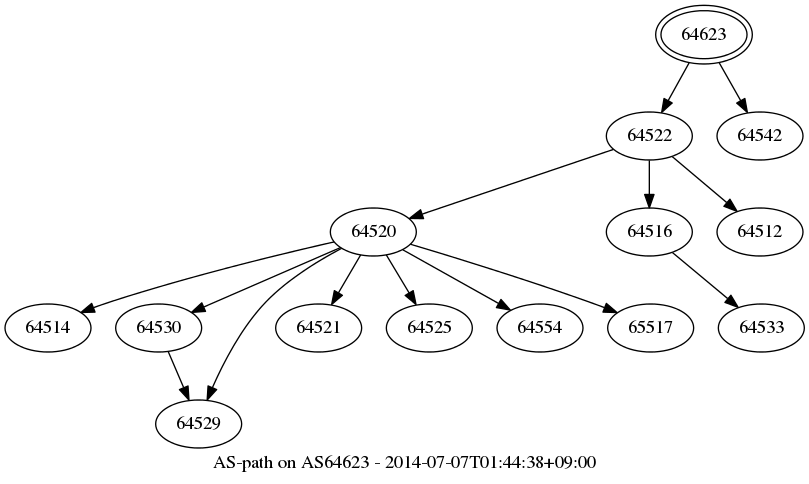
Earlier version of the Graphviz export aspath/as64623.png (Flast/flast.github.io). Its source is kept beside it as aspath/as64623.gv.
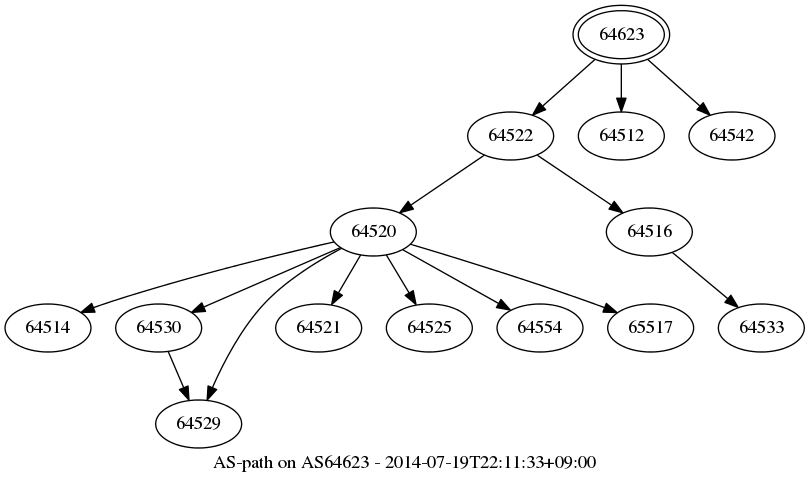
Above is the later version.

Change to the diagram source:
```diff
@@ -1,7 +1,7 @@
 digraph aspath {
 	graph [bb="0,0,599,355",
 		center="",
-		label="AS-path on AS64623 - 2014-07-07T01:44:38+09:00",
+		label="AS-path on AS64623 - 2014-07-19T22:11:33+09:00",
 		lheight=0.21,
 		lp="299.5,11.5",
 		lwidth=4.00
@@ -10,33 +10,33 @@
 	64623	 [height=0.61111,
 		label=64623,
 		peripheries=2,
-		pos="524,333",
+		pos="462,333",
 		width=1.0069];
 	64522	 [height=0.5,
 		label=64522,
-		pos="483,257",
+		pos="379,257",
 		width=0.89579];
-	64623 -> 64522	 [pos="e,492.25,274.7 512.8,311.78 507.96,303.05 502.25,292.74 497.12,283.49"];
+	64623 -> 64522	 [pos="e,395.46,272.67 442.33,314.46 430.61,304.02 415.65,290.67 403.21,279.58"];
+	64512	 [height=0.5,
+		label=64512,
+		pos="462,257",
+		width=0.89579];
+	64623 -> 64512	 [pos="e,462,275.31 462,310.99 462,303.06 462,293.91 462,285.48"];
 	64542	 [height=0.5,
 		label=64542,
-		pos="566,257",
+		pos="545,257",
 		width=0.89579];
-	64623 -> 64542	 [pos="e,556.52,274.7 535.48,311.78 540.43,303.05 546.28,292.74 551.53,283.49"];
+	64623 -> 64542	 [pos="e,528.54,272.67 481.67,314.46 493.39,304.02 508.35,290.67 520.79,279.58"];
 	64520	 [height=0.5,
 		label=64520,
 		pos="276,185",
 		width=0.89579];
-	64522 -> 64520	 [pos="e,303.07,195.15 455.94,246.85 419.29,234.46 353.75,212.29 312.69,198.41"];
+	64522 -> 64520	 [pos="e,295.8,199.46 359.14,242.5 343.61,231.95 321.81,217.13 304.43,205.32"];
 	64516	 [height=0.5,
 		label=64516,
 		pos="483,185",
 		width=0.89579];
-	64522 -> 64516	 [pos="e,483,203.1 483,238.7 483,230.98 483,221.71 483,213.11"];
-	64512	 [height=0.5,
-		label=64512,
-		pos="566,185",
-		width=0.89579];
-	64522 -> 64512	 [pos="e,548.82,200.49 500.2,241.5 511.99,231.55 527.84,218.19 541.02,207.07"];
+	64522 -> 64516	 [pos="e,463.01,199.46 399.05,242.5 414.73,231.95 436.75,217.13 454.3,205.32"];
 	64514	 [height=0.5,
 		label=64514,
 		pos="32,113",
```
